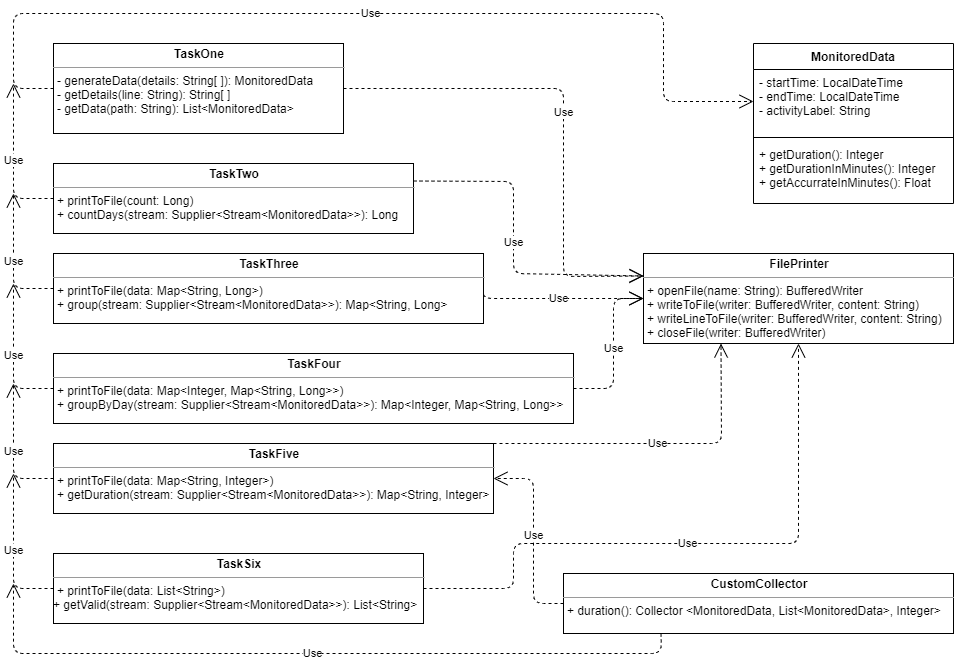
Before: Tasks.png, a diagram exported from draw.io (ReapersSorrow/Projects). Source tidied: cells renumbered, new cells last; positions are measured from the earlier drawing's top-left corner, leaving out a move shared by most shapes.
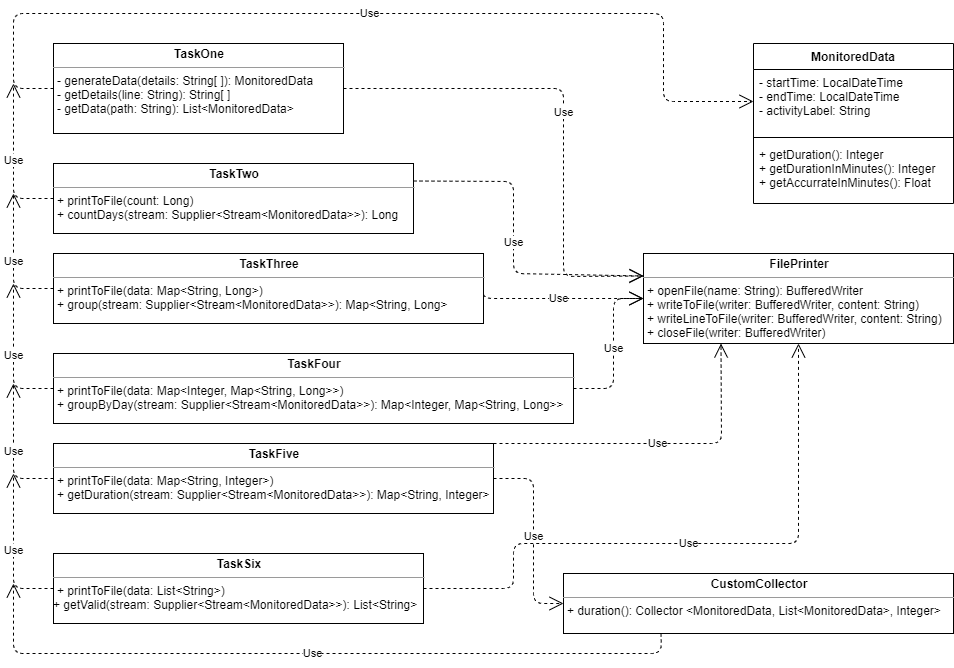
Above is the later version.

The edit, as a diff of the source:
```diff
@@ -145,11 +145,11 @@
         </Array>
       </mxGeometry>
     </mxCell>
-    <mxCell id="27" value="Use" style="endArrow=open;endSize=12;dashed=1;html=1;exitX=0;exitY=0.5;exitDx=0;exitDy=0;entryX=1;entryY=0.5;entryDx=0;entryDy=0;" parent="1" edge="1" source="3" target="6">
+    <mxCell id="27" value="Use" style="endArrow=open;endSize=12;dashed=1;html=1;exitX=1;exitY=0.5;exitDx=0;exitDy=0;entryX=0;entryY=0.5;entryDx=0;entryDy=0;" parent="1" edge="1" source="6" target="3">
       <mxGeometry relative="1" as="geometry">
         <Array as="points">
+          <mxPoint x="520" y="465" />
           <mxPoint x="520" y="590" />
-          <mxPoint x="520" y="465" />
         </Array>
       </mxGeometry>
     </mxCell>
```
